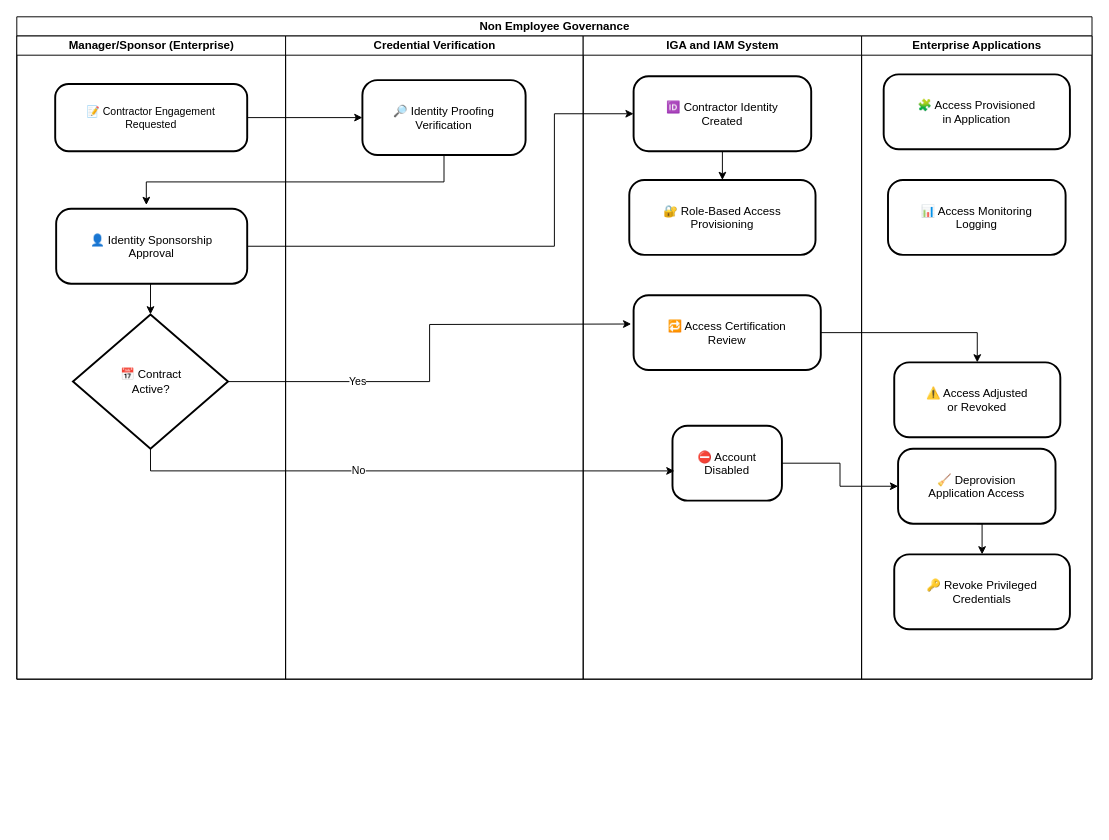
The draw.io diagram contractor_flows/Contractor_Governance_Flow.drawio in avinashgr/drawio_flows, before the edit. Source tidied: cells renumbered, new cells numbered last; positions are measured from the earlier drawing's top-left corner, leaving out a move shared by most shapes. Both pictures are drawn from the tidied source at 96%, with x=0, y=0 at pixel (16, 16).
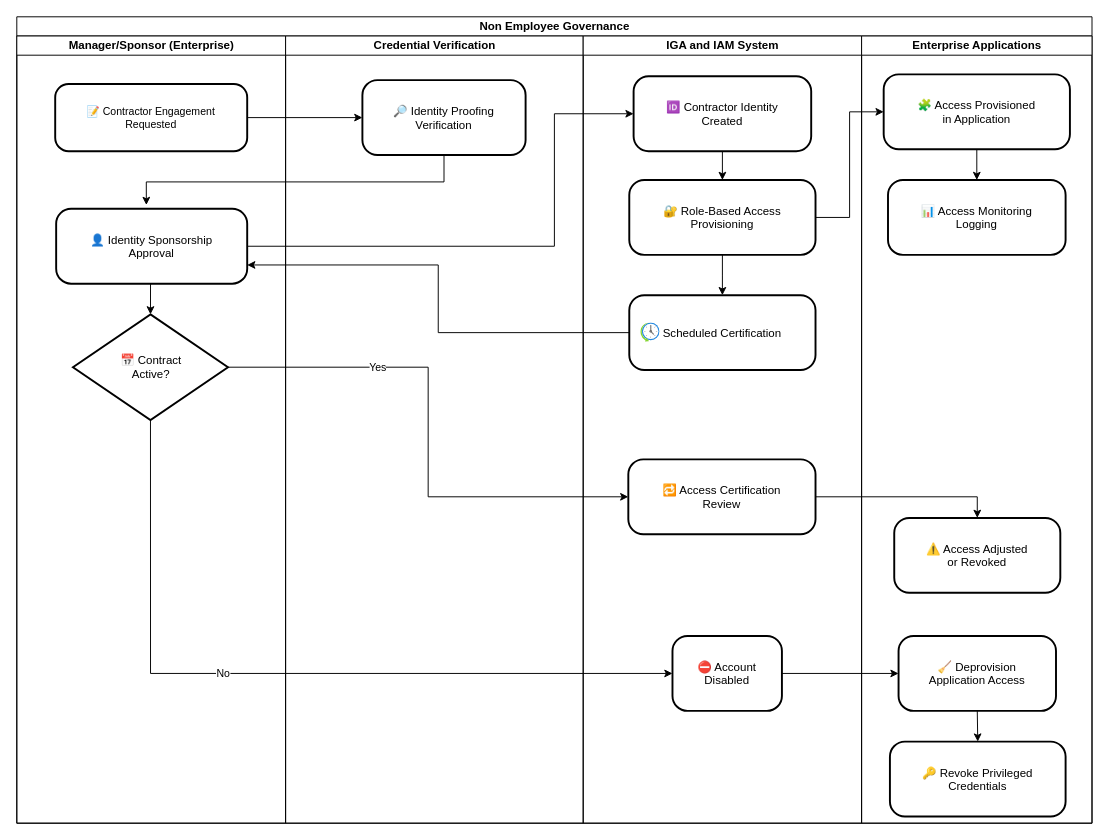
The same page after the edit.

The change refers to these unchanged cells:
```xml
<mxCell id="4" value="📝 Contractor Engagement&#10;Requested" style="rounded=1;arcSize=20;strokeWidth=2;fontSize=11;" parent="3" vertex="1">
  <mxGeometry x="40" y="50" width="200" height="70" as="geometry" />
</mxCell>
<mxCell id="6" value="👤 Identity Sponsorship&#10;Approval" style="rounded=1;arcSize=20;strokeWidth=2;" parent="3" vertex="1">
  <mxGeometry x="41" y="180" width="199" height="78" as="geometry" />
</mxCell>
<mxCell id="11" value="🔎 Identity Proofing&#10;Verification" style="rounded=1;arcSize=20;strokeWidth=2;" parent="10" vertex="1">
  <mxGeometry x="80" y="46" width="170" height="78" as="geometry" />
</mxCell>
<mxCell id="14" value="🆔 Contractor Identity&#10;Created" style="rounded=1;arcSize=20;strokeWidth=2;" parent="12" vertex="1">
  <mxGeometry x="52.5" y="42" width="185" height="78" as="geometry" />
</mxCell>
<mxCell id="15" value="🔐 Role-Based Access&#10;Provisioning" style="rounded=1;arcSize=20;strokeWidth=2;" parent="12" vertex="1">
  <mxGeometry x="48" y="150" width="194" height="78" as="geometry" />
</mxCell>
<mxCell id="22" value="📊 Access Monitoring&#10;Logging" style="rounded=1;arcSize=20;strokeWidth=2;" parent="21" vertex="1">
  <mxGeometry x="27.5" y="150" width="185" height="78" as="geometry" />
</mxCell>
<mxCell id="23" value="🧩 Access Provisioned&#10;in Application" style="rounded=1;arcSize=20;strokeWidth=2;" parent="21" vertex="1">
  <mxGeometry x="23" y="40" width="194" height="78" as="geometry" />
</mxCell>
```

Diff of the diagram source:
```diff
@@
     <mxCell id="2" value="Non Employee Governance" style="swimlane;startSize=20;html=1;" parent="1" vertex="1">
-      <mxGeometry width="1120" height="690" as="geometry" />
+      <mxGeometry width="1120" height="840" as="geometry" />
     </mxCell>
     <mxCell id="3" value="Manager/Sponsor (Enterprise)" style="swimlane;startSize=20;html=1;" parent="2" vertex="1">
-      <mxGeometry y="20" width="280" height="670" as="geometry" />
+      <mxGeometry y="20" width="280" height="820" as="geometry" />
     </mxCell>
@@
-    <mxCell id="7" style="edgeStyle=orthogonalEdgeStyle;rounded=0;jettySize=auto;html=1;exitX=1;exitY=0.5;exitDx=0;exitDy=0;" parent="3" edge="1" source="9">
-      <mxGeometry relative="1" as="geometry">
-        <mxPoint x="640" y="300" as="targetPoint" />
-      </mxGeometry>
-    </mxCell>
-    <mxCell id="8" value="Yes" style="edgeLabel;html=1;align=center;verticalAlign=middle;" parent="7" vertex="1">
-      <mxGeometry x="-0.44" y="1" relative="1" as="geometry" />
-    </mxCell>
     <mxCell id="9" value="📅 Contract&#10;Active?" style="rhombus;strokeWidth=2;whiteSpace=wrap;" parent="3" vertex="1">
-      <mxGeometry x="58.5" y="290" width="161.5" height="140" as="geometry" />
+      <mxGeometry x="58.5" y="290" width="161.5" height="110" as="geometry" />
     </mxCell>
     <mxCell id="10" value="Credential Verification" style="swimlane;startSize=20;html=1;" parent="2" vertex="1">
-      <mxGeometry x="280" y="20" width="310" height="670" as="geometry" />
+      <mxGeometry x="280" y="20" width="310" height="820" as="geometry" />
     </mxCell>
@@
+    <mxCell id="18" style="edgeStyle=orthogonalEdgeStyle;rounded=0;jettySize=auto;html=1;entryX=0;entryY=0.5;entryDx=0;entryDy=0;" parent="2" edge="1" source="4" target="11">
+      <mxGeometry relative="1" as="geometry" />
+    </mxCell>
+    <mxCell id="19" style="edgeStyle=orthogonalEdgeStyle;rounded=0;jettySize=auto;html=1;exitX=0.5;exitY=1;exitDx=0;exitDy=0;entryX=0.472;entryY=-0.051;entryDx=0;entryDy=0;entryPerimeter=0;" parent="2" edge="1" source="11" target="6">
+      <mxGeometry relative="1" as="geometry" />
+    </mxCell>
+    <mxCell id="20" style="edgeStyle=orthogonalEdgeStyle;rounded=0;jettySize=auto;html=1;exitX=1;exitY=0.5;exitDx=0;exitDy=0;entryX=0;entryY=0.5;entryDx=0;entryDy=0;" parent="2" edge="1" source="6" target="14">
+      <mxGeometry relative="1" as="geometry">
+        <Array as="points">
+          <mxPoint x="560" y="239" />
+          <mxPoint x="560" y="101" />
+        </Array>
+      </mxGeometry>
+    </mxCell>
     <mxCell id="12" value="IGA and IAM System" style="swimlane;startSize=20;html=1;" parent="2" vertex="1">
-      <mxGeometry x="590" y="20" width="290" height="670" as="geometry" />
+      <mxGeometry x="590" y="20" width="290" height="820" as="geometry" />
     </mxCell>
@@
+    <mxCell id="32" style="edgeStyle=orthogonalEdgeStyle;rounded=0;jettySize=auto;html=1;" parent="12" edge="1" source="15">
+      <mxGeometry relative="1" as="geometry">
+        <mxPoint x="145" y="270" as="targetPoint" />
+      </mxGeometry>
+    </mxCell>
@@
     <mxCell id="16" value="🔁 Access Certification&#10;Review" style="rounded=1;arcSize=20;strokeWidth=2;" parent="12" vertex="1">
-      <mxGeometry x="52.5" y="270" width="195" height="78" as="geometry" />
+      <mxGeometry x="47" y="441" width="195" height="78" as="geometry" />
     </mxCell>
     <mxCell id="17" value="⛔ Account&#10;Disabled" style="rounded=1;arcSize=20;strokeWidth=2;" parent="12" vertex="1">
-      <mxGeometry x="93" y="406" width="114" height="78" as="geometry" />
+      <mxGeometry x="93" y="625" width="114" height="78" as="geometry" />
     </mxCell>
-    <mxCell id="18" style="edgeStyle=orthogonalEdgeStyle;rounded=0;jettySize=auto;html=1;entryX=0;entryY=0.5;entryDx=0;entryDy=0;" parent="2" edge="1" source="4" target="11">
-      <mxGeometry relative="1" as="geometry" />
-    </mxCell>
-    <mxCell id="19" style="edgeStyle=orthogonalEdgeStyle;rounded=0;jettySize=auto;html=1;exitX=0.5;exitY=1;exitDx=0;exitDy=0;entryX=0.472;entryY=-0.051;entryDx=0;entryDy=0;entryPerimeter=0;" parent="2" edge="1" source="11" target="6">
-      <mxGeometry relative="1" as="geometry" />
-    </mxCell>
-    <mxCell id="20" style="edgeStyle=orthogonalEdgeStyle;rounded=0;jettySize=auto;html=1;exitX=1;exitY=0.5;exitDx=0;exitDy=0;entryX=0;entryY=0.5;entryDx=0;entryDy=0;" parent="2" edge="1" source="6" target="14">
-      <mxGeometry relative="1" as="geometry">
-        <Array as="points">
-          <mxPoint x="560" y="239" />
-          <mxPoint x="560" y="101" />
-        </Array>
-      </mxGeometry>
-    </mxCell>
+    <mxCell id="33" value="Scheduled Certification" style="rounded=1;arcSize=20;strokeWidth=2;" parent="12" vertex="1">
+      <mxGeometry x="48" y="270" width="194" height="78" as="geometry" />
+    </mxCell>
+    <mxCell id="34" style="image;html=1;align=center;fontSize=12;image=img/lib/azure2/general/Scheduler.svg;" parent="12" vertex="1">
+      <mxGeometry x="60" y="299" width="20" height="20" as="geometry" />
+    </mxCell>
     <mxCell id="21" value="Enterprise Applications" style="swimlane;startSize=20;html=1;" parent="2" vertex="1">
-      <mxGeometry x="880" y="20" width="240" height="670" as="geometry" />
+      <mxGeometry x="880" y="20" width="240" height="820" as="geometry" />
     </mxCell>
@@
+    <mxCell id="35" style="edgeStyle=orthogonalEdgeStyle;rounded=0;jettySize=auto;html=1;exitX=0.5;exitY=1;exitDx=0;exitDy=0;entryX=0.5;entryY=0;entryDx=0;entryDy=0;" parent="21" edge="1" source="23" target="22">
+      <mxGeometry relative="1" as="geometry" />
+    </mxCell>
@@
     <mxCell id="24" value="🔑 Revoke Privileged&#10;Credentials" style="rounded=1;arcSize=20;strokeWidth=2;" parent="21" vertex="1">
-      <mxGeometry x="34" y="540" width="183" height="78" as="geometry" />
+      <mxGeometry x="29.5" y="735" width="183" height="78" as="geometry" />
     </mxCell>
@@
     <mxCell id="26" value="🧹 Deprovision&#10;Application Access" style="rounded=1;arcSize=20;strokeWidth=2;" parent="21" vertex="1">
-      <mxGeometry x="38" y="430" width="164" height="78" as="geometry" />
+      <mxGeometry x="38.5" y="625" width="164" height="78" as="geometry" />
     </mxCell>
     <mxCell id="27" value="⚠️ Access Adjusted&#10;or Revoked" style="rounded=1;arcSize=20;strokeWidth=2;" parent="21" vertex="1">
-      <mxGeometry x="34" y="340" width="173" height="78" as="geometry" />
+      <mxGeometry x="34" y="502" width="173" height="78" as="geometry" />
     </mxCell>
-    <mxCell id="28" style="edgeStyle=orthogonalEdgeStyle;rounded=0;jettySize=auto;html=1;exitX=0.5;exitY=1;exitDx=0;exitDy=0;entryX=0.018;entryY=0.603;entryDx=0;entryDy=0;entryPerimeter=0;" parent="2" edge="1" source="9" target="17">
-      <mxGeometry relative="1" as="geometry">
-        <Array as="points">
-          <mxPoint x="139" y="473" />
-        </Array>
-      </mxGeometry>
+    <mxCell id="28" style="edgeStyle=orthogonalEdgeStyle;rounded=0;jettySize=auto;html=1;exitX=0.5;exitY=1;exitDx=0;exitDy=0;entryX=0;entryY=0.5;entryDx=0;entryDy=0;" parent="2" edge="1" source="9" target="17">
+      <mxGeometry relative="1" as="geometry" />
     </mxCell>
@@
+    <mxCell id="7" style="edgeStyle=orthogonalEdgeStyle;rounded=0;jettySize=auto;html=1;exitX=1;exitY=0.5;exitDx=0;exitDy=0;entryX=0;entryY=0.5;entryDx=0;entryDy=0;" parent="2" edge="1" source="9" target="16">
+      <mxGeometry relative="1" as="geometry" />
+    </mxCell>
+    <mxCell id="8" value="Yes" style="edgeLabel;html=1;align=center;verticalAlign=middle;" parent="7" vertex="1">
+      <mxGeometry x="-0.44" y="1" relative="1" as="geometry" />
+    </mxCell>
+    <mxCell id="36" style="edgeStyle=orthogonalEdgeStyle;rounded=0;jettySize=auto;html=1;exitX=0;exitY=0.5;exitDx=0;exitDy=0;entryX=1;entryY=0.75;entryDx=0;entryDy=0;" parent="2" edge="1" source="33" target="6">
+      <mxGeometry relative="1" as="geometry" />
+    </mxCell>
+    <mxCell id="37" style="edgeStyle=orthogonalEdgeStyle;rounded=0;jettySize=auto;html=1;entryX=0;entryY=0.5;entryDx=0;entryDy=0;" parent="2" edge="1" source="15" target="23">
+      <mxGeometry relative="1" as="geometry" />
+    </mxCell>
```
